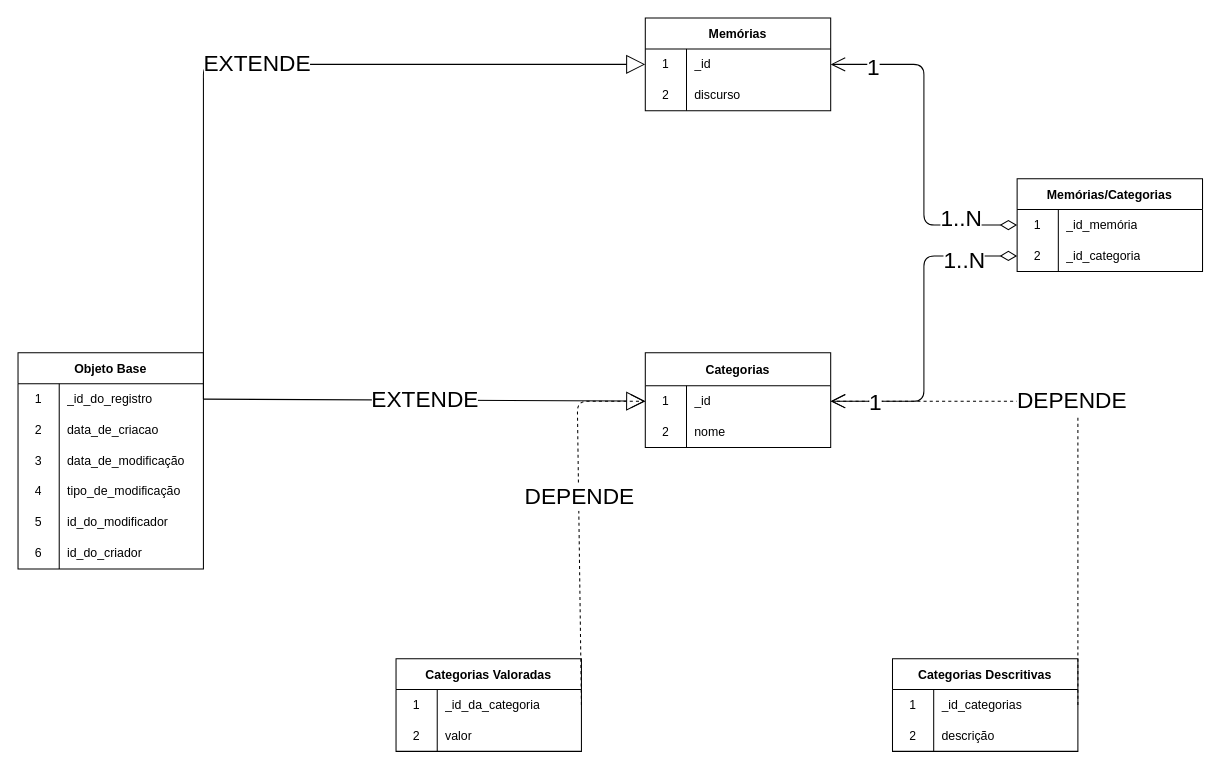
marvinho-tn/aurora keeps this draw.io diagram as docs/diagrama_de_dados_aurora.drawio. Above is the earlier version. Source tidied: cells renumbered, new cells numbered last; positions are measured from the earlier drawing's top-left corner, leaving out a move shared by most shapes. Both pictures are drawn from the tidied source at 103%, with x=0, y=0 at pixel (18, 18).
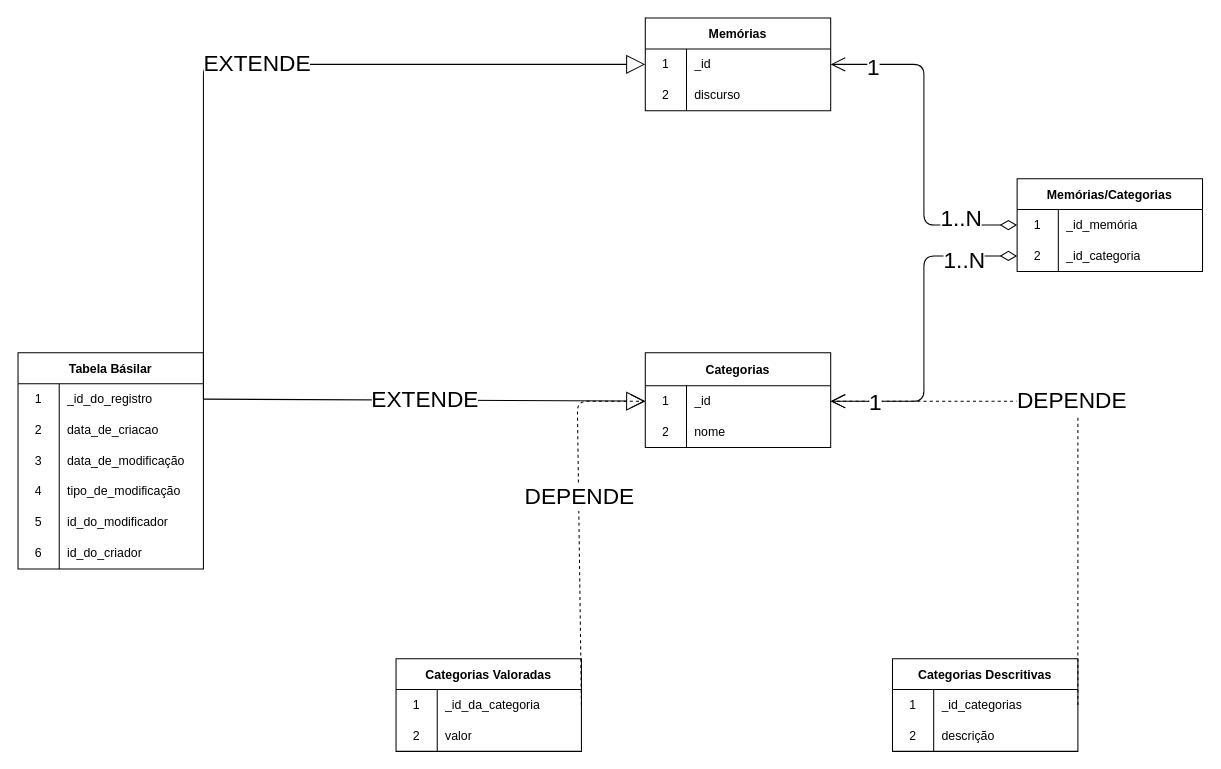
Above is the later version.

Diff of the diagram source:
```diff
@@
-    <mxCell id="45" value="Objeto Base" style="shape=table;startSize=30;childLayout=tableLayout;rowLines=0;fontStyle=1;" parent="1" vertex="1">
+    <mxCell id="45" value="Tabela Básilar" style="shape=table;startSize=30;childLayout=tableLayout;rowLines=0;fontStyle=1;" parent="1" vertex="1">
       <mxGeometry y="325" width="180" height="210" as="geometry" />
     </mxCell>
```
